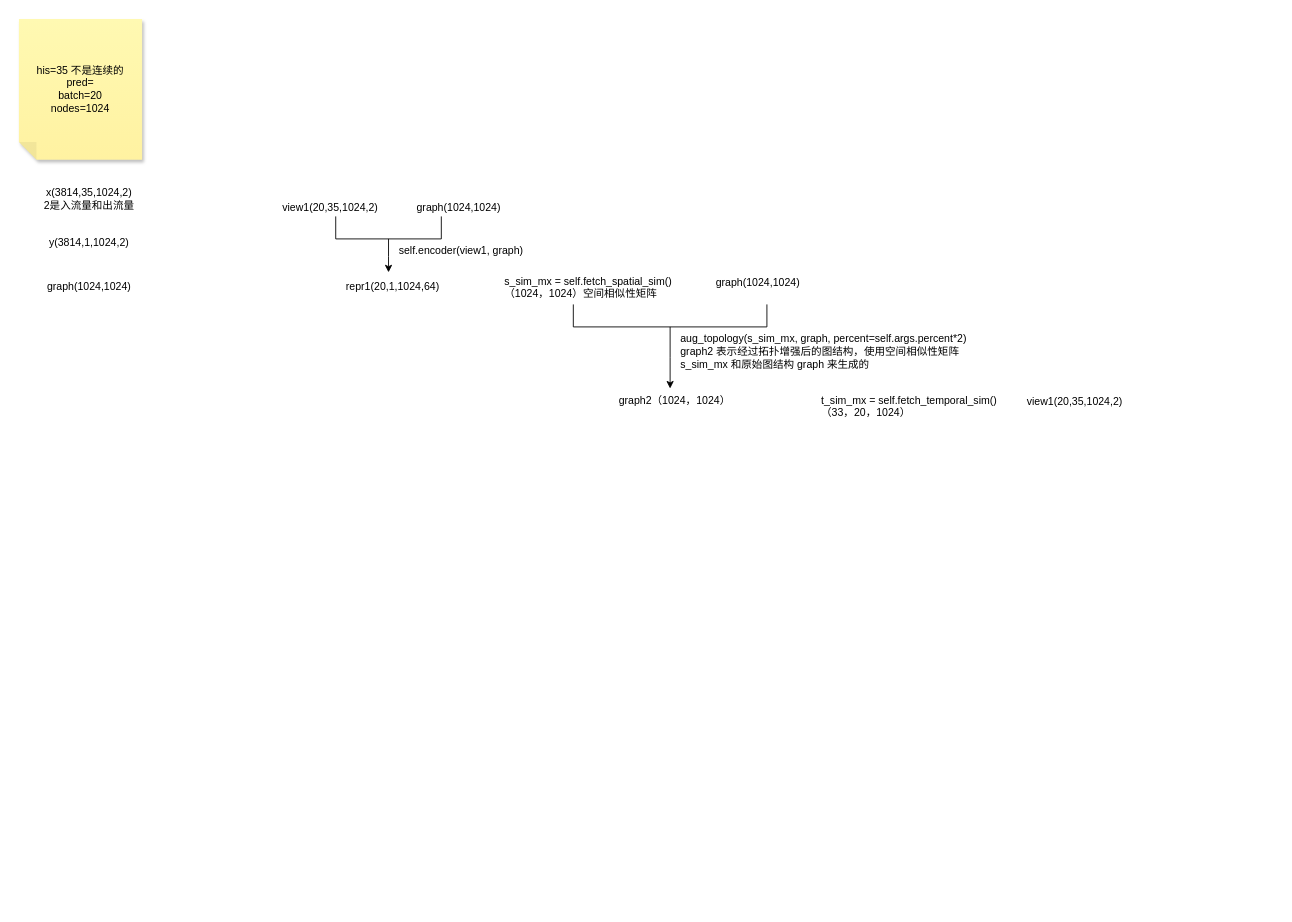
This is ST-SSL/ST-SSL.drawio from turmony/ModelInfo, a draw.io file, before an edit. Source tidied: cells renumbered, new cells numbered last; positions are measured from the earlier drawing's top-left corner, leaving out a move shared by most shapes. Both pictures are drawn from the tidied source at 88%, with x=0, y=0 at pixel (18, 18).
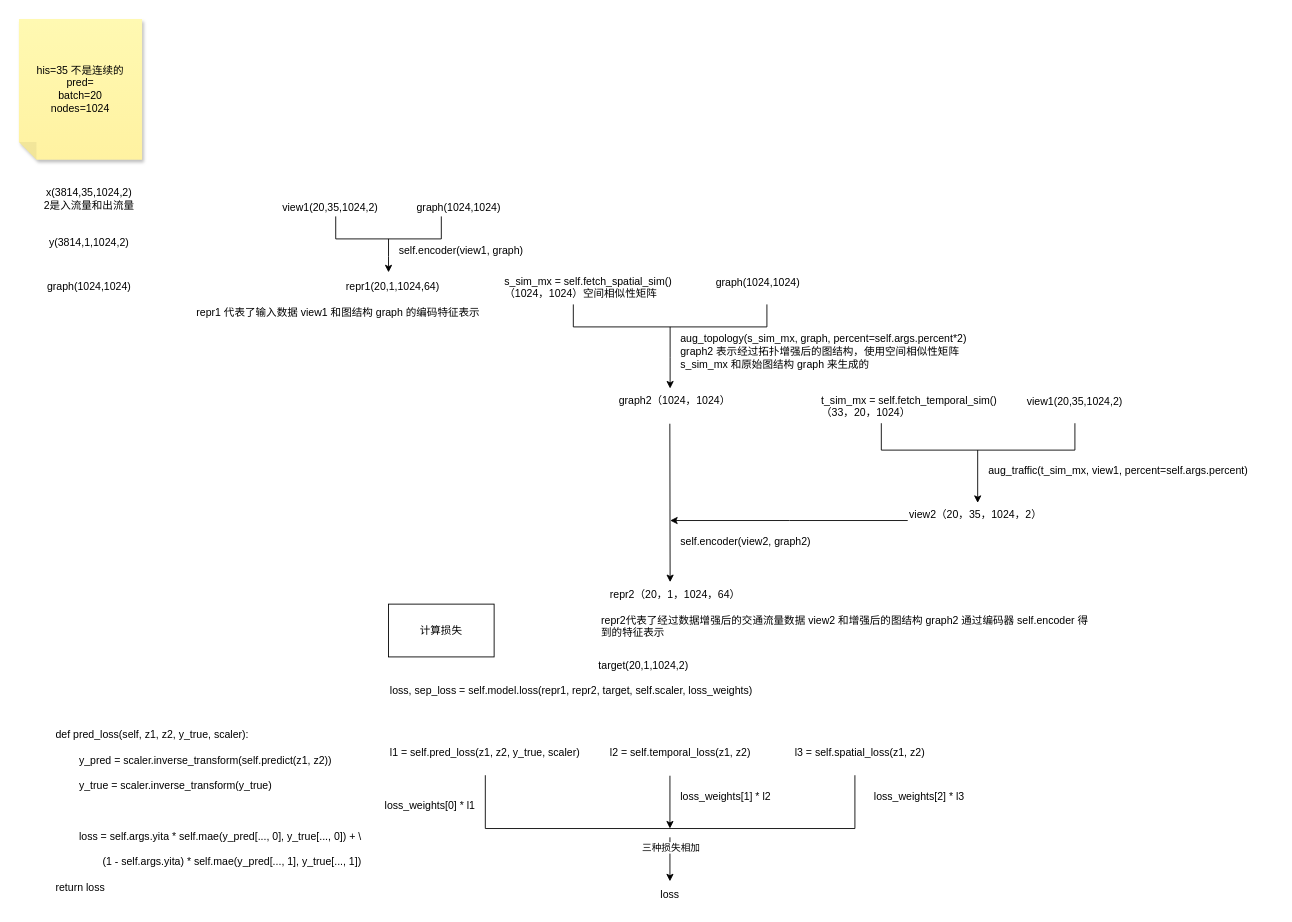
The same diagram, later.

The edit, as a diff of the source:
```diff
@@
+    <mxCell id="20" style="shape=partialRectangle;whiteSpace=wrap;html=1;bottom=1;right=1;left=1;top=0;fillColor=none;routingCenterX=-0.5;" parent="1" vertex="1">
+      <mxGeometry x="980" y="460" width="220" height="30" as="geometry" />
+    </mxCell>
+    <mxCell id="21" value="aug_traffic(t_sim_mx, view1, percent=self.args.percent)" style="text;whiteSpace=wrap;html=1;" parent="1" vertex="1">
+      <mxGeometry x="1100" y="500" width="330" height="40" as="geometry" />
+    </mxCell>
+    <mxCell id="22" style="endArrow=classic;html=1;rounded=0;" parent="1" edge="1">
+      <mxGeometry relative="1" as="geometry">
+        <mxPoint x="1089.5" y="490" as="sourcePoint" />
+        <mxPoint x="1089.5" y="550" as="targetPoint" />
+      </mxGeometry>
+    </mxCell>
+    <mxCell id="23" style="edgeStyle=orthogonalEdgeStyle;rounded=0;jettySize=auto;html=1;" parent="1" edge="1" source="24">
+      <mxGeometry relative="1" as="geometry">
+        <mxPoint x="740" y="570" as="targetPoint" />
+      </mxGeometry>
+    </mxCell>
+    <mxCell id="24" value="view2（20，35，1024，2）" style="text;whiteSpace=wrap;html=1;" parent="1" vertex="1">
+      <mxGeometry x="1010" y="550" width="160" height="40" as="geometry" />
+    </mxCell>
+    <mxCell id="25" style="endArrow=classic;html=1;rounded=0;" parent="1" edge="1">
+      <mxGeometry relative="1" as="geometry">
+        <mxPoint x="739.7" y="460" as="sourcePoint" />
+        <mxPoint x="740" y="640" as="targetPoint" />
+      </mxGeometry>
+    </mxCell>
+    <mxCell id="26" value="self.encoder(view2, graph2)" style="text;whiteSpace=wrap;html=1;" parent="1" vertex="1">
+      <mxGeometry x="750" y="580" width="180" height="40" as="geometry" />
+    </mxCell>
+    <mxCell id="27" value="repr2（20，1，1024，64）" style="text;whiteSpace=wrap;html=1;" parent="1" vertex="1">
+      <mxGeometry x="670" y="640" width="160" height="40" as="geometry" />
+    </mxCell>
+    <mxCell id="28" value="repr1 代表了输入数据 view1 和图结构 graph 的编码特征表示" style="text;whiteSpace=wrap;html=1;" parent="1" vertex="1">
+      <mxGeometry x="200" y="320" width="330" height="30" as="geometry" />
+    </mxCell>
+    <mxCell id="29" value="repr2代表了经过数据增强后的交通流量数据 view2 和增强后的图结构 graph2 通过编码器 self.encoder 得到的特征表示" style="text;whiteSpace=wrap;html=1;" parent="1" vertex="1">
+      <mxGeometry x="660" y="670" width="560" height="50" as="geometry" />
+    </mxCell>
+    <mxCell id="30" value="loss, sep_loss = self.model.loss(repr1, repr2, target, self.scaler, loss_weights)" style="text;whiteSpace=wrap;html=1;" parent="1" vertex="1">
+      <mxGeometry x="420" y="750" width="450" height="40" as="geometry" />
+    </mxCell>
+    <mxCell id="31" value="计算损失" style="rounded=0;whiteSpace=wrap;html=1;" parent="1" vertex="1">
+      <mxGeometry x="420" y="665" width="120" height="60" as="geometry" />
+    </mxCell>
+    <mxCell id="32" value="target(20,1,1024,2)" style="text;strokeColor=none;align=center;fillColor=none;html=1;verticalAlign=middle;whiteSpace=wrap;rounded=0;" parent="1" vertex="1">
+      <mxGeometry x="640" y="720" width="140" height="30" as="geometry" />
+    </mxCell>
+    <mxCell id="33" value="l1 = self.pred_loss(z1, z2, y_true, scaler)" style="text;whiteSpace=wrap;html=1;" parent="1" vertex="1">
+      <mxGeometry x="420" y="820" width="250" height="40" as="geometry" />
+    </mxCell>
+    <mxCell id="34" value="def pred_loss(self, z1, z2, y_true, scaler):&lt;br/&gt;&lt;br&gt;        &lt;span style=&quot;white-space: pre;&quot;&gt;&#9;&lt;/span&gt;y_pred = scaler.inverse_transform(self.predict(z1, z2))&lt;br/&gt;&lt;br&gt;        &lt;span style=&quot;white-space: pre;&quot;&gt;&#9;&lt;/span&gt;y_true = scaler.inverse_transform(y_true)&lt;br/&gt;&lt;br&gt; &lt;br/&gt;&lt;br&gt;        &lt;span style=&quot;white-space: pre;&quot;&gt;&#9;&lt;/span&gt;loss = self.args.yita * self.mae(y_pred[..., 0], y_true[..., 0]) + \&lt;br/&gt;&lt;br&gt;                &lt;span style=&quot;white-space: pre;&quot;&gt;&#9;&lt;/span&gt;&lt;span style=&quot;white-space: pre;&quot;&gt;&#9;&lt;/span&gt;(1 - self.args.yita) * self.mae(y_pred[..., 1], y_true[..., 1])&lt;br/&gt;&lt;br&gt;        return loss" style="text;whiteSpace=wrap;html=1;" parent="1" vertex="1">
+      <mxGeometry x="40" y="800" width="350" height="120" as="geometry" />
+    </mxCell>
+    <mxCell id="35" value="l2 = self.temporal_loss(z1, z2)" style="text;whiteSpace=wrap;html=1;" parent="1" vertex="1">
+      <mxGeometry x="670" y="820" width="190" height="40" as="geometry" />
+    </mxCell>
+    <mxCell id="36" value="l3 = self.spatial_loss(z1, z2)" style="text;whiteSpace=wrap;html=1;" parent="1" vertex="1">
+      <mxGeometry x="880" y="820" width="180" height="40" as="geometry" />
+    </mxCell>
+    <mxCell id="37" style="shape=partialRectangle;whiteSpace=wrap;html=1;bottom=1;right=1;left=1;top=0;fillColor=none;routingCenterX=-0.5;" parent="1" vertex="1">
+      <mxGeometry x="530" y="860" width="420" height="60" as="geometry" />
+    </mxCell>
+    <mxCell id="38" style="endArrow=classic;html=1;rounded=0;" parent="1" edge="1">
+      <mxGeometry relative="1" as="geometry">
+        <mxPoint x="739.8" y="860" as="sourcePoint" />
+        <mxPoint x="739.8" y="920" as="targetPoint" />
+      </mxGeometry>
+    </mxCell>
+    <mxCell id="39" value="loss_weights[0] * l1" style="text;whiteSpace=wrap;html=1;" parent="1" vertex="1">
+      <mxGeometry x="414" y="880" width="140" height="40" as="geometry" />
+    </mxCell>
+    <mxCell id="40" value="loss_weights[1] * l2" style="text;whiteSpace=wrap;html=1;" parent="1" vertex="1">
+      <mxGeometry x="750" y="870" width="140" height="40" as="geometry" />
+    </mxCell>
+    <mxCell id="41" value="loss_weights[2] * l3" style="text;whiteSpace=wrap;html=1;" parent="1" vertex="1">
+      <mxGeometry x="970" y="870" width="140" height="40" as="geometry" />
+    </mxCell>
+    <mxCell id="42" style="endArrow=classic;html=1;rounded=0;" parent="1" edge="1">
+      <mxGeometry relative="1" as="geometry">
+        <mxPoint x="739.8" y="930" as="sourcePoint" />
+        <mxPoint x="739.8" y="980" as="targetPoint" />
+      </mxGeometry>
+    </mxCell>
+    <mxCell id="43" value="三种损失相加" style="edgeLabel;html=1;align=center;verticalAlign=middle;" parent="42" vertex="1">
+      <mxGeometry x="-0.57" y="1" relative="1" as="geometry" />
+    </mxCell>
+    <mxCell id="44" value="loss" style="text;strokeColor=none;align=center;fillColor=none;html=1;verticalAlign=middle;whiteSpace=wrap;rounded=0;" parent="1" vertex="1">
+      <mxGeometry x="710" y="980" width="60" height="30" as="geometry" />
+    </mxCell>
```
